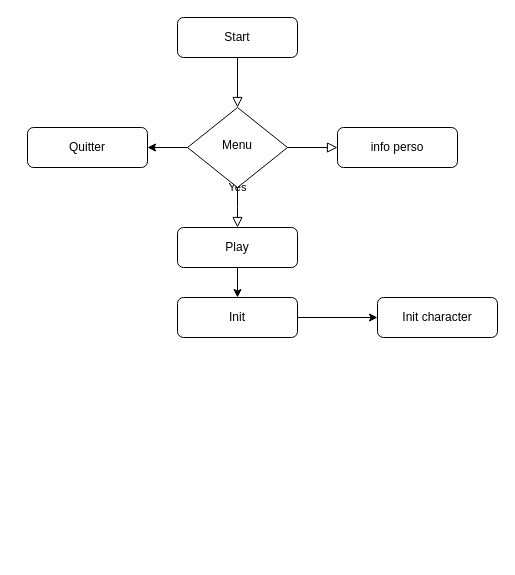
Before: Untitled Diagram.drawio in BenjaminFerrandez/ProjetRed, a draw.io diagram. Source tidied: cells renumbered, new cells numbered last; positions are measured from the earlier drawing's top-left corner, leaving out a move shared by most shapes. Both pictures are drawn from the tidied source at 100%, with x=0, y=0 at pixel (27, 17).
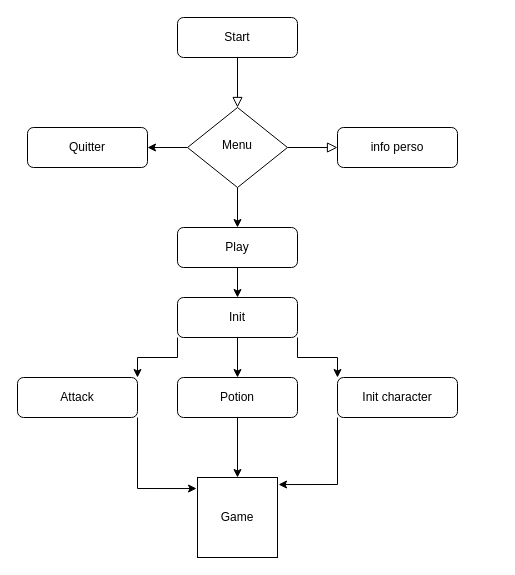
Above is the later version.

The change refers to these unchanged cells:
```xml
<mxCell id="7" value="Menu" style="rhombus;whiteSpace=wrap;html=1;shadow=0;fontFamily=Helvetica;fontSize=12;align=center;strokeWidth=1;spacing=6;spacingTop=-4;" parent="1" vertex="1">
  <mxGeometry x="160" y="90" width="100" height="80" as="geometry" />
</mxCell>
<mxCell id="11" value="Play" style="rounded=1;whiteSpace=wrap;html=1;fontSize=12;glass=0;strokeWidth=1;shadow=0;" parent="1" vertex="1">
  <mxGeometry x="150" y="210" width="120" height="40" as="geometry" />
</mxCell>
<mxCell id="13" value="Init" style="rounded=1;whiteSpace=wrap;html=1;fontSize=12;glass=0;strokeWidth=1;shadow=0;" parent="1" vertex="1">
  <mxGeometry x="150" y="280" width="120" height="40" as="geometry" />
</mxCell>
```

Diff of the diagram source:
```diff
@@
-    <mxCell id="4" value="Yes" style="rounded=0;html=1;jettySize=auto;fontSize=11;endArrow=block;endFill=0;endSize=8;strokeWidth=1;shadow=0;labelBackgroundColor=none;edgeStyle=orthogonalEdgeStyle;" parent="1" edge="1" source="7">
-      <mxGeometry y="20" relative="1" as="geometry">
-        <mxPoint x="210" y="210" as="targetPoint" />
-      </mxGeometry>
-    </mxCell>
@@
+    <mxCell id="15" style="edgeStyle=orthogonalEdgeStyle;rounded=0;jettySize=auto;html=1;exitX=0.5;exitY=1;exitDx=0;exitDy=0;entryX=0.5;entryY=0;entryDx=0;entryDy=0;" parent="1" edge="1" source="7" target="11">
+      <mxGeometry relative="1" as="geometry" />
+    </mxCell>
@@
+    <mxCell id="16" style="edgeStyle=orthogonalEdgeStyle;rounded=0;jettySize=auto;html=1;exitX=0.5;exitY=1;exitDx=0;exitDy=0;entryX=0.5;entryY=0;entryDx=0;entryDy=0;" parent="1" edge="1" source="13" target="22">
+      <mxGeometry relative="1" as="geometry" />
+    </mxCell>
-    <mxCell id="12" style="edgeStyle=orthogonalEdgeStyle;rounded=0;jettySize=auto;html=1;exitX=1;exitY=0.5;exitDx=0;exitDy=0;entryX=0;entryY=0.5;entryDx=0;entryDy=0;" parent="1" edge="1" source="13" target="14">
+    <mxCell id="12" style="edgeStyle=orthogonalEdgeStyle;rounded=0;jettySize=auto;html=1;exitX=1;exitY=1;exitDx=0;exitDy=0;entryX=0;entryY=0;entryDx=0;entryDy=0;" parent="1" edge="1" source="13" target="14">
       <mxGeometry relative="1" as="geometry" />
     </mxCell>
+    <mxCell id="17" style="edgeStyle=orthogonalEdgeStyle;rounded=0;jettySize=auto;html=1;exitX=0;exitY=1;exitDx=0;exitDy=0;entryX=1;entryY=0;entryDx=0;entryDy=0;" parent="1" edge="1" source="13" target="20">
+      <mxGeometry relative="1" as="geometry" />
+    </mxCell>
@@
+    <mxCell id="18" style="edgeStyle=orthogonalEdgeStyle;rounded=0;jettySize=auto;html=1;exitX=0;exitY=1;exitDx=0;exitDy=0;entryX=1.013;entryY=0.088;entryDx=0;entryDy=0;entryPerimeter=0;" parent="1" edge="1" source="14" target="23">
+      <mxGeometry relative="1" as="geometry" />
+    </mxCell>
     <mxCell id="14" value="Init character" style="rounded=1;whiteSpace=wrap;html=1;fontSize=12;glass=0;strokeWidth=1;shadow=0;" parent="1" vertex="1">
-      <mxGeometry x="350" y="280" width="120" height="40" as="geometry" />
+      <mxGeometry x="310" y="360" width="120" height="40" as="geometry" />
     </mxCell>
+    <mxCell id="19" style="edgeStyle=orthogonalEdgeStyle;rounded=0;jettySize=auto;html=1;exitX=1;exitY=1;exitDx=0;exitDy=0;entryX=-0.012;entryY=0.138;entryDx=0;entryDy=0;entryPerimeter=0;" parent="1" edge="1" source="20" target="23">
+      <mxGeometry relative="1" as="geometry" />
+    </mxCell>
+    <mxCell id="20" value="Attack" style="rounded=1;whiteSpace=wrap;html=1;fontSize=12;glass=0;strokeWidth=1;shadow=0;" parent="1" vertex="1">
+      <mxGeometry x="-10" y="360" width="120" height="40" as="geometry" />
+    </mxCell>
+    <mxCell id="21" style="edgeStyle=orthogonalEdgeStyle;rounded=0;jettySize=auto;html=1;exitX=0.5;exitY=1;exitDx=0;exitDy=0;entryX=0.5;entryY=0;entryDx=0;entryDy=0;" parent="1" edge="1" source="22" target="23">
+      <mxGeometry relative="1" as="geometry" />
+    </mxCell>
+    <mxCell id="22" value="Potion" style="rounded=1;whiteSpace=wrap;html=1;fontSize=12;glass=0;strokeWidth=1;shadow=0;" parent="1" vertex="1">
+      <mxGeometry x="150" y="360" width="120" height="40" as="geometry" />
+    </mxCell>
+    <mxCell id="23" value="Game" style="whiteSpace=wrap;html=1;" parent="1" vertex="1">
+      <mxGeometry x="170" y="460" width="80" height="80" as="geometry" />
+    </mxCell>
```
